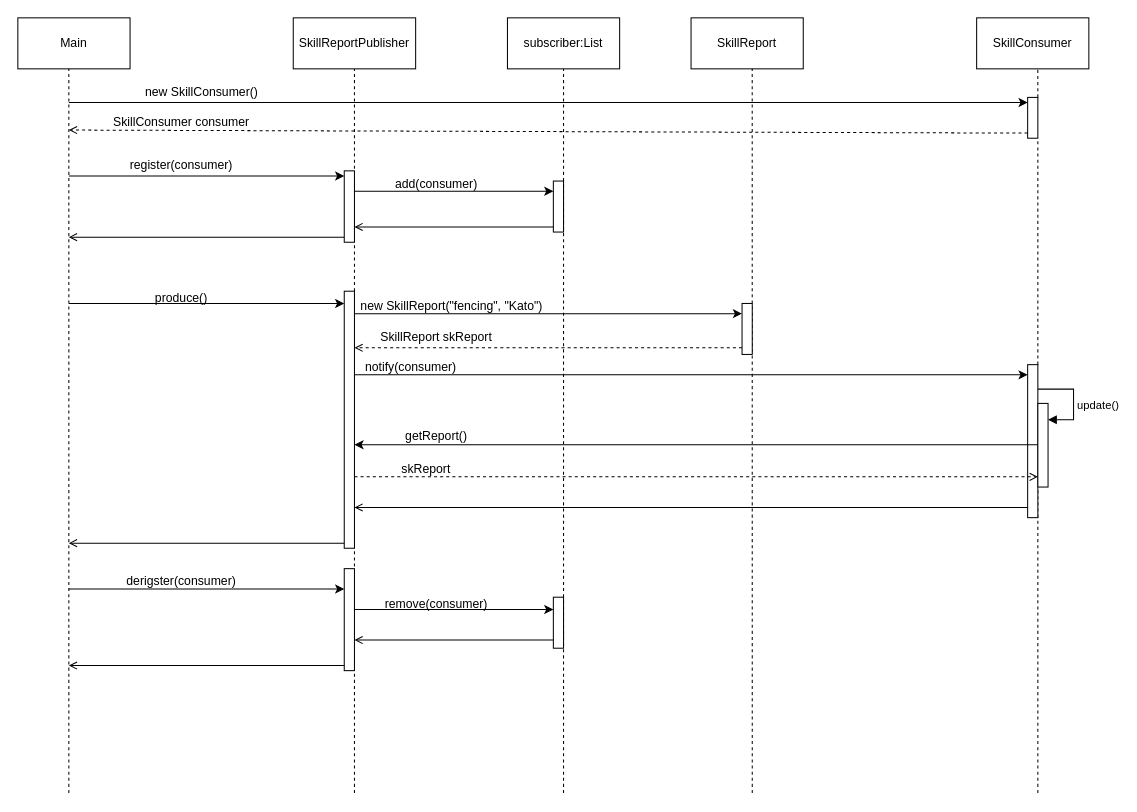
Before: uebung7/2b_Sequenzdiagramm.drawio in ReiseKato/SoftwareEngineering1, a draw.io diagram. Source tidied: cells renumbered, new cells numbered last; positions are measured from the earlier drawing's top-left corner, leaving out a move shared by most shapes. Both pictures are drawn from the tidied source at 102%, with x=0, y=0 at pixel (17, 17).
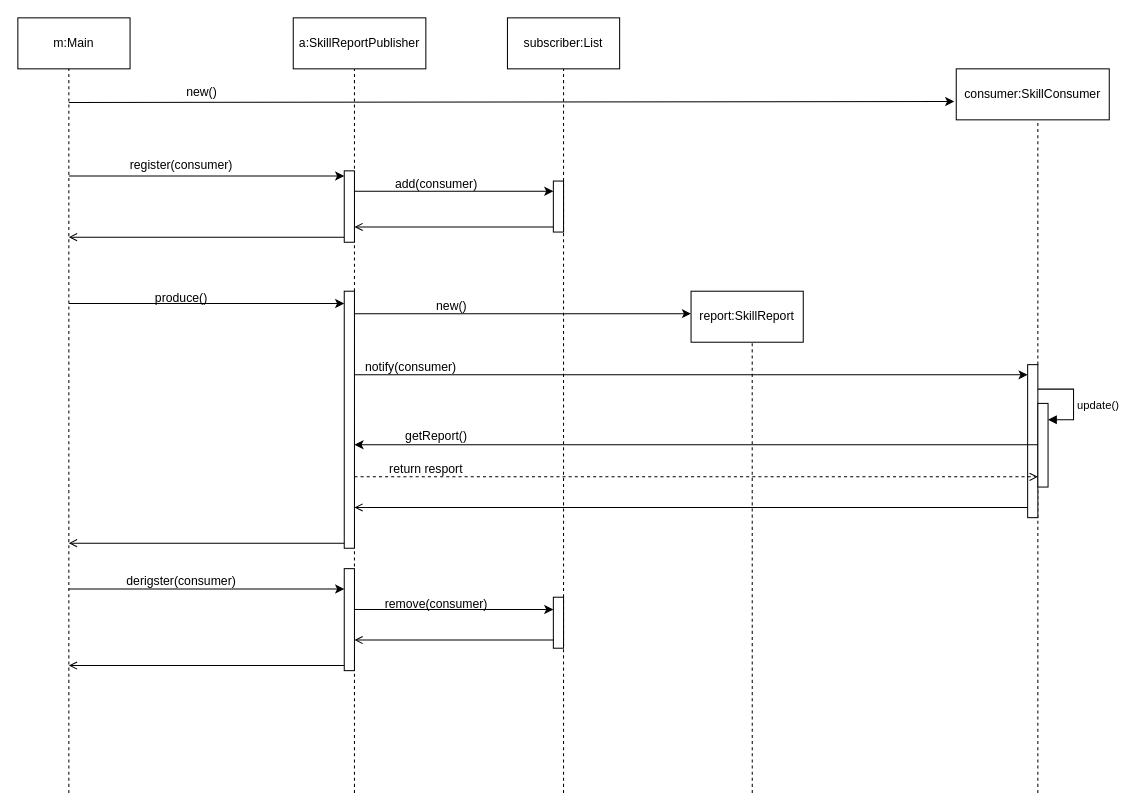
Above is the later version.

Unchanged cells that the change refers to:
```xml
<mxCell id="37" style="html=1;points=[[0,0,0,0,5],[0,1,0,0,-5],[1,0,0,0,5],[1,1,0,0,-5]];perimeter=orthogonalPerimeter;outlineConnect=0;targetShapes=umlLifeline;portConstraint=eastwest;newEdgeStyle={&quot;curved&quot;:0,&quot;rounded&quot;:0};" parent="1" vertex="1">
  <mxGeometry x="990" y="340" width="10" height="150" as="geometry" />
</mxCell>
```

Diff of the diagram source:
```diff
@@
-    <mxCell id="2" style="endArrow=none;dashed=1;html=1;rounded=0;entryX=0.5;entryY=1;entryDx=0;entryDy=0;" parent="1" edge="1" target="5">
+    <mxCell id="2" style="endArrow=none;dashed=1;html=1;rounded=0;" parent="1" edge="1">
       <mxGeometry relative="1" as="geometry">
         <mxPoint x="330" y="760" as="sourcePoint" />
+        <mxPoint x="330" y="50" as="targetPoint" />
       </mxGeometry>
     </mxCell>
-    <mxCell id="3" value="SkillConsumer" style="html=1;whiteSpace=wrap;" parent="1" vertex="1">
-      <mxGeometry x="940" width="110" height="50" as="geometry" />
+    <mxCell id="3" value="consumer:SkillConsumer" style="html=1;whiteSpace=wrap;" parent="1" vertex="1">
+      <mxGeometry x="920" y="50" width="150" height="50" as="geometry" />
     </mxCell>
-    <mxCell id="4" value="SkillReport" style="html=1;whiteSpace=wrap;" parent="1" vertex="1">
-      <mxGeometry x="660" width="110" height="50" as="geometry" />
+    <mxCell id="4" value="report:SkillReport" style="html=1;whiteSpace=wrap;" parent="1" vertex="1">
+      <mxGeometry x="660" y="268" width="110" height="50" as="geometry" />
     </mxCell>
-    <mxCell id="5" value="SkillReportPublisher" style="html=1;whiteSpace=wrap;" parent="1" vertex="1">
-      <mxGeometry x="270" width="120" height="50" as="geometry" />
+    <mxCell id="5" value="a:SkillReportPublisher" style="html=1;whiteSpace=wrap;" parent="1" vertex="1">
+      <mxGeometry x="270" width="130" height="50" as="geometry" />
     </mxCell>
-    <mxCell id="6" value="Main" style="html=1;whiteSpace=wrap;" parent="1" vertex="1">
+    <mxCell id="6" value="m:Main" style="html=1;whiteSpace=wrap;" parent="1" vertex="1">
       <mxGeometry width="110" height="50" as="geometry" />
     </mxCell>
@@
-    <mxCell id="8" style="endArrow=none;dashed=1;html=1;rounded=0;entryX=0.545;entryY=1;entryDx=0;entryDy=0;entryPerimeter=0;" parent="1" edge="1" source="23" target="3">
-      <mxGeometry relative="1" as="geometry">
-        <Array as="points">
-          <mxPoint x="1000" y="70" />
-        </Array>
-      </mxGeometry>
-    </mxCell>
-    <mxCell id="9" style="endArrow=classic;html=1;rounded=0;entryX=0;entryY=0;entryDx=0;entryDy=5;entryPerimeter=0;" parent="1" edge="1" target="23">
+    <mxCell id="9" style="endArrow=classic;html=1;rounded=0;entryX=-0.013;entryY=0.64;entryDx=0;entryDy=0;entryPerimeter=0;" parent="1" edge="1" target="3">
       <mxGeometry relative="1" as="geometry">
         <mxPoint x="50" y="83" as="sourcePoint" />
       </mxGeometry>
     </mxCell>
-    <mxCell id="10" value="new SkillConsumer()" style="text;html=1;align=center;verticalAlign=middle;strokeColor=none;fillColor=none;" parent="1" vertex="1">
-      <mxGeometry x="115" y="58" width="130" height="30" as="geometry" />
-    </mxCell>
-    <mxCell id="11" value="SkillConsumer consumer" style="text;html=1;align=center;verticalAlign=middle;strokeColor=none;fillColor=none;" parent="1" vertex="1">
-      <mxGeometry x="80" y="88" width="160" height="30" as="geometry" />
-    </mxCell>
@@
-    <mxCell id="18" value="new SkillReport(&quot;fencing&quot;, &quot;Kato&quot;)" style="text;html=1;align=center;verticalAlign=middle;strokeColor=none;fillColor=none;" parent="1" vertex="1">
-      <mxGeometry x="325" y="268" width="200" height="30" as="geometry" />
+    <mxCell id="18" value="new()" style="text;html=1;align=center;verticalAlign=middle;strokeColor=none;fillColor=none;" parent="1" vertex="1">
+      <mxGeometry x="400" y="268" width="50" height="30" as="geometry" />
     </mxCell>
-    <mxCell id="19" value="SkillReport skReport" style="text;html=1;align=center;verticalAlign=middle;strokeColor=none;fillColor=none;" parent="1" vertex="1">
-      <mxGeometry x="345" y="298" width="130" height="30" as="geometry" />
-    </mxCell>
@@
-    <mxCell id="22" style="endArrow=none;dashed=1;html=1;rounded=0;" parent="1" edge="1" source="37" target="23">
+    <mxCell id="22" style="endArrow=none;dashed=1;html=1;rounded=0;" parent="1" edge="1" source="37">
       <mxGeometry relative="1" as="geometry">
+        <mxPoint x="1000" y="100" as="targetPoint" />
         <Array as="points">
           <mxPoint x="1000" y="230" />
         </Array>
       </mxGeometry>
     </mxCell>
-    <mxCell id="23" style="html=1;points=[[0,0,0,0,5],[0,1,0,0,-5],[1,0,0,0,5],[1,1,0,0,-5]];perimeter=orthogonalPerimeter;outlineConnect=0;targetShapes=umlLifeline;portConstraint=eastwest;newEdgeStyle={&quot;curved&quot;:0,&quot;rounded&quot;:0};" parent="1" vertex="1">
-      <mxGeometry x="990" y="78" width="10" height="40" as="geometry" />
-    </mxCell>
-    <mxCell id="24" style="endArrow=open;html=1;rounded=0;exitX=0;exitY=1;exitDx=0;exitDy=-5;exitPerimeter=0;dashed=1;endFill=0;" parent="1" edge="1" source="23">
-      <mxGeometry relative="1" as="geometry">
-        <mxPoint x="50" y="110" as="targetPoint" />
-      </mxGeometry>
-    </mxCell>
@@
-    <mxCell id="33" style="html=1;perimeter=orthogonalPerimeter;targetShapes=umlLifeline;newEdgeStyle={&quot;curved&quot;:0,&quot;rounded&quot;:0};" parent="1" vertex="1">
-      <mxGeometry x="710" y="280" width="10" height="50" as="geometry" />
-    </mxCell>
-    <mxCell id="34" style="endArrow=classic;html=1;rounded=0;entryX=0;entryY=0;entryDx=0;entryDy=5;entryPerimeter=0;" parent="1" edge="1">
+    <mxCell id="34" style="endArrow=classic;html=1;rounded=0;" parent="1" edge="1">
       <mxGeometry relative="1" as="geometry">
         <mxPoint x="330" y="290" as="sourcePoint" />
-        <mxPoint x="710" y="290" as="targetPoint" />
+        <mxPoint x="660" y="290" as="targetPoint" />
       </mxGeometry>
     </mxCell>
-    <mxCell id="35" style="endArrow=open;html=1;rounded=0;dashed=1;endFill=0;" parent="1" edge="1">
-      <mxGeometry relative="1" as="geometry">
-        <mxPoint x="710" y="323.5" as="sourcePoint" />
-        <mxPoint x="330" y="323.5" as="targetPoint" />
-      </mxGeometry>
-    </mxCell>
@@
-    <mxCell id="43" value="skReport" style="text;html=1;align=center;verticalAlign=middle;strokeColor=none;fillColor=none;" parent="1" vertex="1">
-      <mxGeometry x="365" y="428" width="70" height="30" as="geometry" />
+    <mxCell id="43" value="return resport" style="text;html=1;align=center;verticalAlign=middle;strokeColor=none;fillColor=none;" parent="1" vertex="1">
+      <mxGeometry x="350" y="428" width="100" height="30" as="geometry" />
     </mxCell>
@@
+    <mxCell id="54" value="new()" style="text;html=1;align=center;verticalAlign=middle;strokeColor=none;fillColor=none;" parent="1" vertex="1">
+      <mxGeometry x="155" y="58" width="50" height="30" as="geometry" />
+    </mxCell>
```
